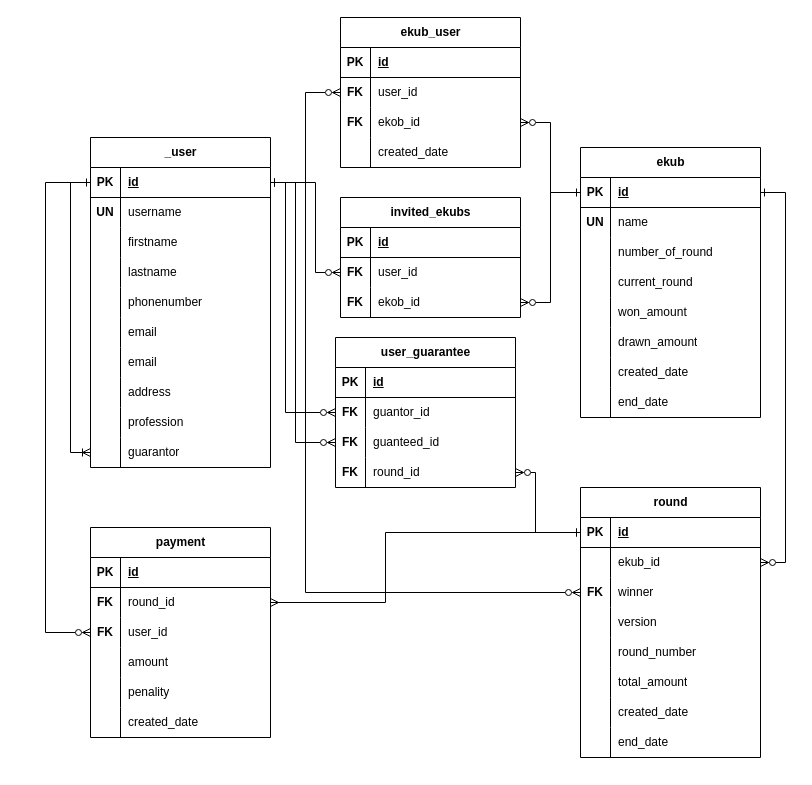
Earlier version of the draw.io diagram ER-Diagram.drawio (Habtamu-Dires/alem-equb). Source tidied: cells renumbered, new cells numbered last; positions are measured from the earlier drawing's top-left corner, leaving out a move shared by most shapes. Both pictures are drawn from the tidied source at 100%, with x=0, y=0 at pixel (45, 17).
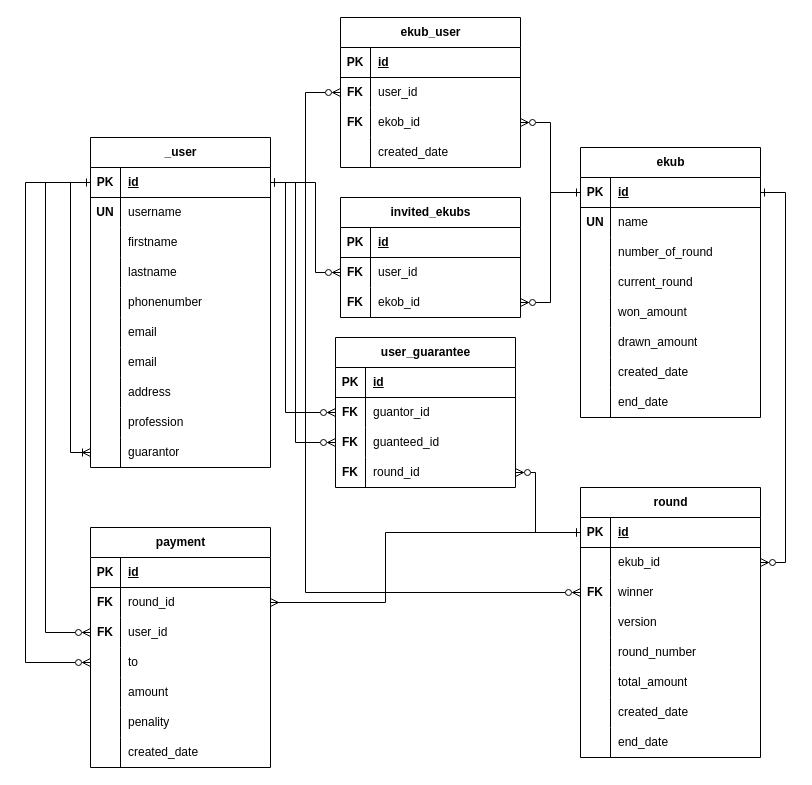
The same diagram, later.

Unchanged cells that the change refers to:
```xml
<mxCell id="4" style="shape=tableRow;horizontal=0;startSize=0;swimlaneHead=0;swimlaneBody=0;fillColor=none;points=[[0,0.5],[1,0.5]];portConstraint=eastwest;top=0;left=0;right=0;bottom=1;" parent="3" vertex="1">
  <mxGeometry y="30" width="180" height="30" as="geometry" />
</mxCell>
```

What changed in the source:
```diff
@@
     <mxCell id="84" value="payment" style="shape=table;startSize=30;childLayout=tableLayout;rowLines=0;fontStyle=1;align=center;html=1;" parent="1" vertex="1">
-      <mxGeometry x="45" y="510" width="180" height="210" as="geometry" />
+      <mxGeometry x="45" y="510" width="180" height="240" as="geometry" />
     </mxCell>
@@
+    <mxCell id="150" style="shape=tableRow;horizontal=0;startSize=0;swimlaneHead=0;swimlaneBody=0;fillColor=none;points=[[0,0.5],[1,0.5]];portConstraint=eastwest;top=0;left=0;right=0;bottom=0;" parent="84" vertex="1">
+      <mxGeometry y="120" width="180" height="30" as="geometry" />
+    </mxCell>
+    <mxCell id="151" style="shape=partialRectangle;fillColor=none;top=0;left=0;bottom=0;right=0;overflow=hidden;whiteSpace=wrap;html=1;" parent="150" vertex="1">
+      <mxGeometry width="30" height="30" as="geometry" />
+    </mxCell>
+    <mxCell id="152" value="to" style="shape=partialRectangle;fillColor=none;top=0;left=0;bottom=0;right=0;align=left;spacingLeft=6;overflow=hidden;whiteSpace=wrap;html=1;" parent="150" vertex="1">
+      <mxGeometry x="30" width="150" height="30" as="geometry" />
+    </mxCell>
     <mxCell id="94" style="shape=tableRow;horizontal=0;startSize=0;swimlaneHead=0;swimlaneBody=0;fillColor=none;top=0;left=0;right=0;bottom=0;" parent="84" vertex="1">
-      <mxGeometry y="120" width="180" height="30" as="geometry" />
+      <mxGeometry y="150" width="180" height="30" as="geometry" />
     </mxCell>
@@
     <mxCell id="97" style="shape=tableRow;horizontal=0;startSize=0;swimlaneHead=0;swimlaneBody=0;fillColor=none;top=0;left=0;right=0;bottom=0;" parent="84" vertex="1">
-      <mxGeometry y="150" width="180" height="30" as="geometry" />
+      <mxGeometry y="180" width="180" height="30" as="geometry" />
     </mxCell>
@@
     <mxCell id="100" style="shape=tableRow;horizontal=0;startSize=0;swimlaneHead=0;swimlaneBody=0;fillColor=none;top=0;left=0;right=0;bottom=0;" parent="84" vertex="1">
-      <mxGeometry y="180" width="180" height="30" as="geometry" />
+      <mxGeometry y="210" width="180" height="30" as="geometry" />
     </mxCell>
@@
+    <mxCell id="153" style="edgeStyle=orthogonalEdgeStyle;rounded=0;jettySize=auto;html=1;entryX=0;entryY=0.5;entryDx=0;entryDy=0;endArrow=ERzeroToMany;endFill=0;startArrow=baseDash;startFill=0;" parent="1" edge="1" source="4" target="150">
+      <mxGeometry relative="1" as="geometry">
+        <Array as="points">
+          <mxPoint x="-20" y="165" />
+          <mxPoint x="-20" y="645" />
+        </Array>
+      </mxGeometry>
+    </mxCell>
```
